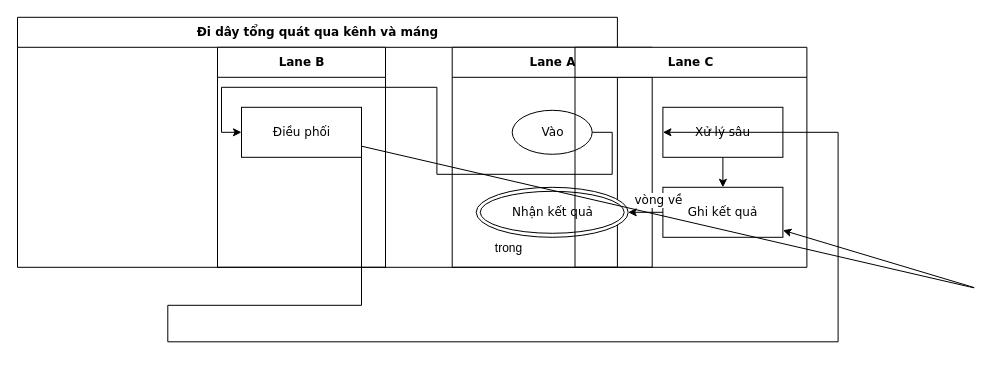
Before: conformance/merge/fuzz-732/flow.drawio in luytbq/flowcast, a draw.io diagram. Source tidied: cells renumbered, new cells numbered last; positions are measured from the earlier drawing's top-left corner, leaving out a move shared by most shapes. Both pictures are drawn from the tidied source at 100%, with x=0, y=0 at pixel (17, 17).
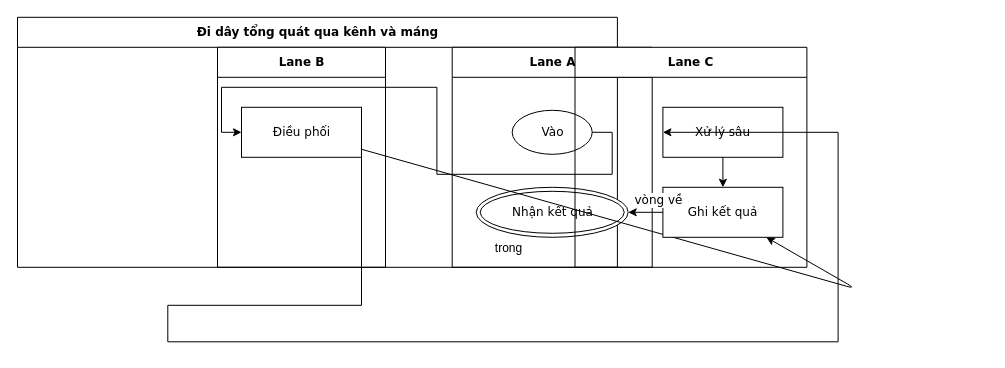
The same diagram, later.

Unchanged cells that the change refers to:
```xml
<mxCell id="3" value="Lane A" style="swimlane;html=1;startSize=30;fontFamily=Verdana;fontSize=12;" parent="2" vertex="1">
  <mxGeometry x="434.7" y="30" width="200" height="220" as="geometry" />
</mxCell>
<mxCell id="5" value="Lane C" style="swimlane;html=1;startSize=30;fontFamily=Verdana;fontSize=12;" parent="2" vertex="1">
  <mxGeometry x="557.5" y="30" width="231.9" height="220" as="geometry" />
</mxCell>
<mxCell id="7" value="Điều phối" style="rounded=0;html=1;fontFamily=Verdana;fontSize=12;" parent="4" vertex="1">
  <mxGeometry x="24" y="60" width="120" height="50" as="geometry" />
</mxCell>
<mxCell id="9" value="Ghi kết quả" style="rounded=0;html=1;fontFamily=Verdana;fontSize=12;" parent="5" vertex="1">
  <mxGeometry x="87.9" y="140" width="120" height="50" as="geometry" />
</mxCell>
```

Change to the diagram source:
```diff
@@
-    <mxCell id="17" style="endArrow=classic;html=1;" parent="5" edge="1" source="7" target="9">
+    <mxCell id="17" style="endArrow=classic;html=1;" parent="3" edge="1" source="7" target="9">
       <mxGeometry relative="1" as="geometry">
         <Array as="points">
           <mxPoint x="404" y="241.7" />
         </Array>
       </mxGeometry>
     </mxCell>
```
